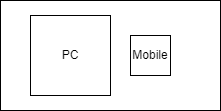
Above: Database.drawio.png in JuneSYi/systemDesignSandbox (draw.io), before the change. Source tidied: cells renumbered, new cells last; positions are measured from the earlier drawing's top-left corner, leaving out a move shared by most shapes. Source of this version:
```xml
<mxGraphModel>
  <root>
    <mxCell id="0" />
    <mxCell id="1" parent="0" />
    <mxCell id="2" style="whiteSpace=wrap;html=1;" parent="1" vertex="1">
      <mxGeometry x="30" y="15" width="80" height="80" as="geometry" />
    </mxCell>
    <mxCell id="3" value="Mobile" style="whiteSpace=wrap;html=1;" parent="1" vertex="1">
      <mxGeometry x="130" y="35" width="40" height="40" as="geometry" />
    </mxCell>
    <mxCell id="4" value="PC" style="text;html=1;strokeColor=none;fillColor=none;align=center;verticalAlign=middle;whiteSpace=wrap;rounded=0;" parent="1" vertex="1">
      <mxGeometry x="40" y="40" width="60" height="30" as="geometry" />
    </mxCell>
    <mxCell id="5" style="rounded=0;whiteSpace=wrap;html=1;strokeWidth=1;gradientColor=none;fillColor=none;" parent="1" vertex="1">
      <mxGeometry width="220" height="110" as="geometry" />
    </mxCell>
  </root>
</mxGraphModel>
```
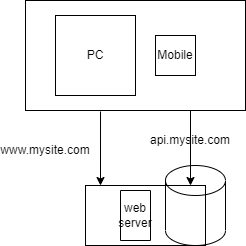
The same diagram one commit later.

Commit message:
first diagram complete

Diff of the diagram source:
```diff
@@ -1,4 +1,4 @@
-<mxGraphModel>
+<mxGraphModel background="#ffffff">
   <root>
     <mxCell id="0" />
     <mxCell id="1" parent="0" />
@@ -14,5 +14,33 @@
     <mxCell id="5" style="rounded=0;whiteSpace=wrap;html=1;strokeWidth=1;gradientColor=none;fillColor=none;" parent="1" vertex="1">
       <mxGeometry width="220" height="110" as="geometry" />
     </mxCell>
+    <mxCell id="6" style="endArrow=classic;html=1;rounded=0;exitX=0.75;exitY=1;exitDx=0;exitDy=0;" parent="1" edge="1" source="5">
+      <mxGeometry relative="1" as="geometry">
+        <mxPoint x="165" y="185" as="targetPoint" />
+      </mxGeometry>
+    </mxCell>
+    <mxCell id="7" style="endArrow=classic;html=1;rounded=0;exitX=0.341;exitY=1.009;exitDx=0;exitDy=0;exitPerimeter=0;" parent="1" edge="1" source="5">
+      <mxGeometry relative="1" as="geometry">
+        <mxPoint x="75" y="185" as="targetPoint" />
+      </mxGeometry>
+    </mxCell>
+    <mxCell id="8" value="www.mysite.com" style="text;html=1;strokeColor=none;fillColor=none;align=center;verticalAlign=middle;whiteSpace=wrap;rounded=0;" parent="1" vertex="1">
+      <mxGeometry x="-10" y="135" width="60" height="30" as="geometry" />
+    </mxCell>
+    <mxCell id="9" style="rounded=0;whiteSpace=wrap;html=1;strokeWidth=1;fillColor=none;gradientColor=none;" parent="1" vertex="1">
+      <mxGeometry x="60" y="185" width="120" height="60" as="geometry" />
+    </mxCell>
+    <mxCell id="10" style="rounded=0;whiteSpace=wrap;html=1;strokeWidth=1;fillColor=none;gradientColor=none;rotation=90;" parent="1" vertex="1">
+      <mxGeometry x="85" y="200" width="50" height="30" as="geometry" />
+    </mxCell>
+    <mxCell id="11" value="web server" style="text;html=1;strokeColor=none;fillColor=none;align=center;verticalAlign=middle;whiteSpace=wrap;rounded=0;" parent="1" vertex="1">
+      <mxGeometry x="80" y="200" width="60" height="30" as="geometry" />
+    </mxCell>
+    <mxCell id="12" value="api.mysite.com" style="text;html=1;strokeColor=none;fillColor=none;align=center;verticalAlign=middle;whiteSpace=wrap;rounded=0;" parent="1" vertex="1">
+      <mxGeometry x="135" y="125" width="60" height="30" as="geometry" />
+    </mxCell>
+    <mxCell id="13" style="shape=cylinder3;whiteSpace=wrap;html=1;boundedLbl=1;backgroundOutline=1;size=15;strokeWidth=1;fillColor=none;gradientColor=none;" parent="1" vertex="1">
+      <mxGeometry x="140" y="165" width="60" height="80" as="geometry" />
+    </mxCell>
   </root>
 </mxGraphModel>
```
